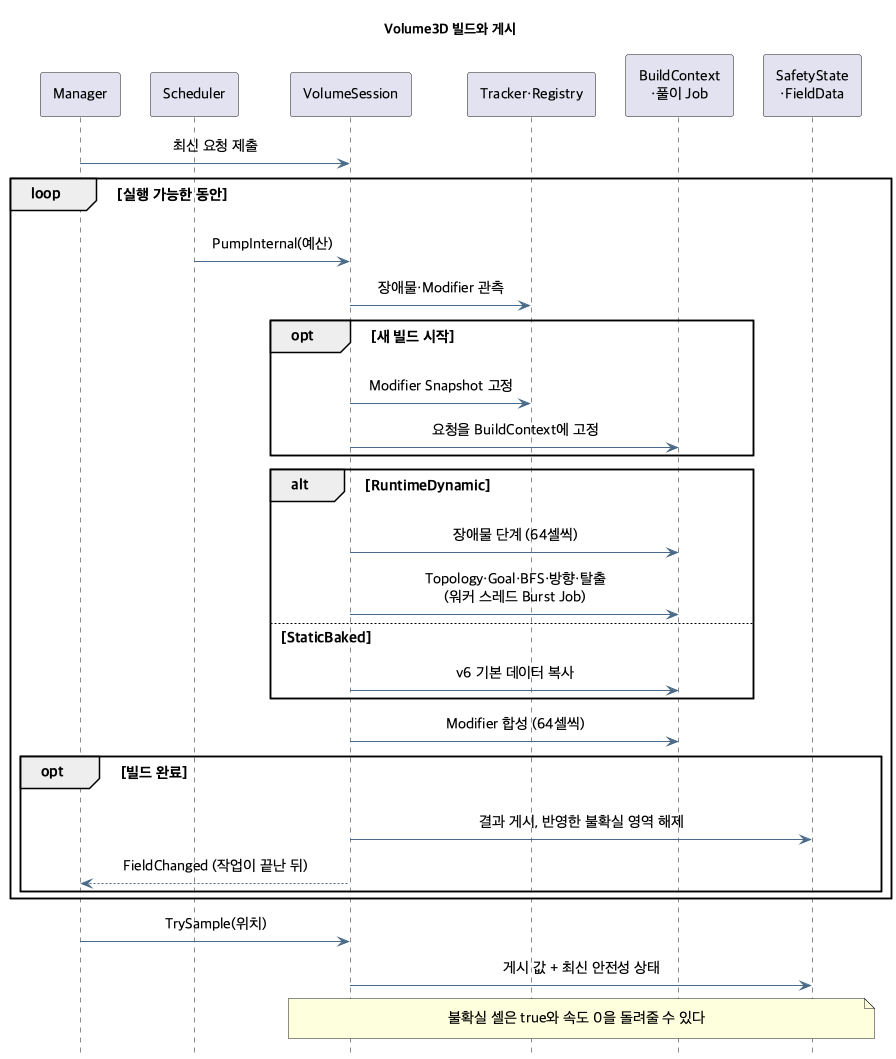
youwonsock/tool-unity-editor keeps this PlantUML diagram as ToyProject/Assets/_FlowField/Docs/Images/flowfield-volume.png. Above is the earlier version. Source of this version:
```plantuml
@startuml flowfield-volume
skinparam shadowing false
skinparam defaultFontName "Apple SD Gothic Neo"
skinparam defaultFontSize 15
skinparam ArrowColor #496A88
skinparam Padding 6
skinparam sequenceMessageAlign center
skinparam ParticipantPadding 10
hide footbox
title Volume3D 빌드와 게시

participant "Manager" as M
participant "Scheduler" as Q
participant "VolumeSession" as S
participant "Tracker·Registry" as O
participant "BuildContext\n·풀이 Job" as B
participant "SafetyState\n·FieldData" as P

M -> S : 최신 요청 제출
loop 실행 가능한 동안
  Q -> S : PumpInternal(예산)
  S -> O : 장애물·Modifier 관측
  opt 새 빌드 시작
    S -> O : Modifier Snapshot 고정
    S -> B : 요청을 BuildContext에 고정
  end
  alt RuntimeDynamic
    S -> B : 장애물 단계 (64셀씩)
    S -> B : Topology·Goal·BFS·방향·탈출\n(워커 스레드 Burst Job)
  else StaticBaked
    S -> B : v6 기본 데이터 복사
  end
  S -> B : Modifier 합성 (64셀씩)
  opt 빌드 완료
    S -> P : 결과 게시, 반영한 불확실 영역 해제
    S --> M : FieldChanged (작업이 끝난 뒤)
  end
end
M -> S : TrySample(위치)
S -> P : 게시 값 + 최신 안전성 상태
note over S,P : 불확실 셀은 true와 속도 0을 돌려줄 수 있다
@enduml
```
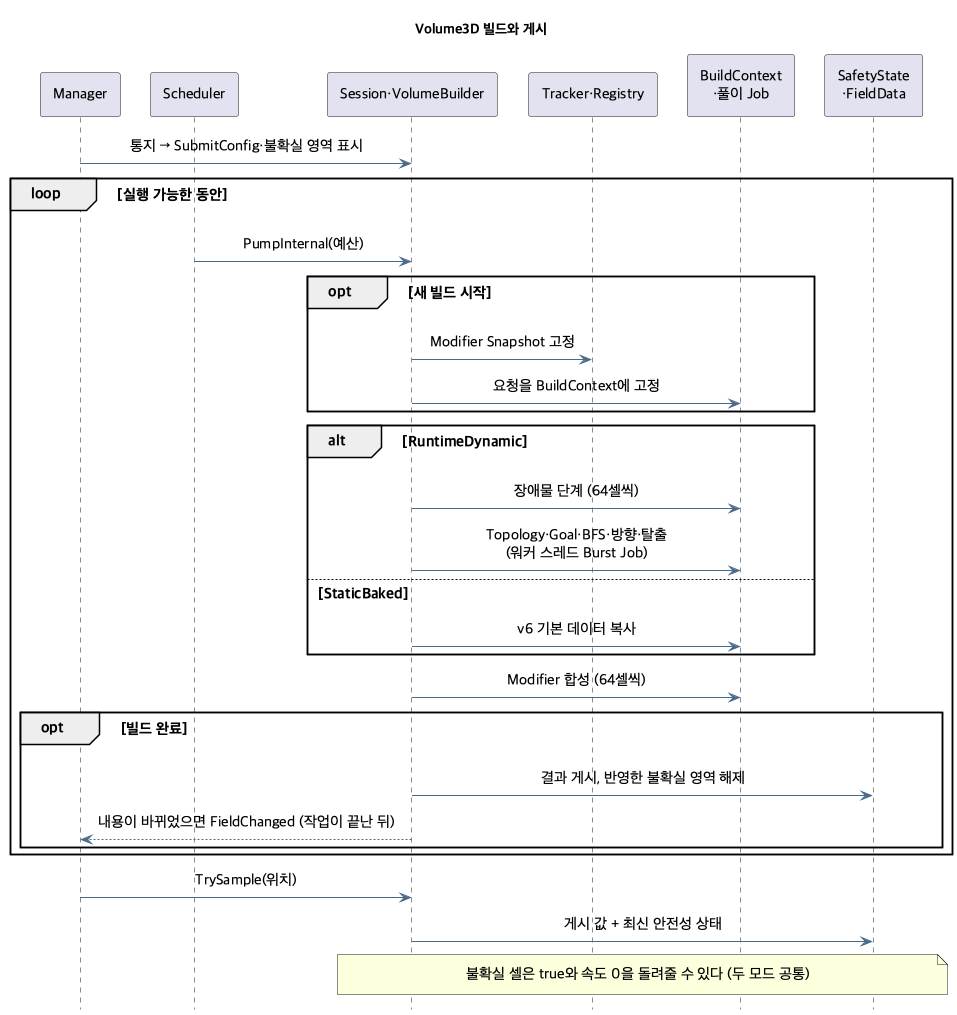
Above is the later version.

What changed in the source:
```diff
@@ -11,15 +11,14 @@
 
 participant "Manager" as M
 participant "Scheduler" as Q
-participant "VolumeSession" as S
+participant "Session·VolumeBuilder" as S
 participant "Tracker·Registry" as O
 participant "BuildContext\n·풀이 Job" as B
 participant "SafetyState\n·FieldData" as P
 
-M -> S : 최신 요청 제출
+M -> S : 통지 → SubmitConfig·불확실 영역 표시
 loop 실행 가능한 동안
   Q -> S : PumpInternal(예산)
-  S -> O : 장애물·Modifier 관측
   opt 새 빌드 시작
     S -> O : Modifier Snapshot 고정
     S -> B : 요청을 BuildContext에 고정
@@ -33,10 +32,10 @@
   S -> B : Modifier 합성 (64셀씩)
   opt 빌드 완료
     S -> P : 결과 게시, 반영한 불확실 영역 해제
-    S --> M : FieldChanged (작업이 끝난 뒤)
+    S --> M : 내용이 바뀌었으면 FieldChanged (작업이 끝난 뒤)
   end
 end
 M -> S : TrySample(위치)
 S -> P : 게시 값 + 최신 안전성 상태
-note over S,P : 불확실 셀은 true와 속도 0을 돌려줄 수 있다
+note over S,P : 불확실 셀은 true와 속도 0을 돌려줄 수 있다 (두 모드 공통)
 @enduml
```
